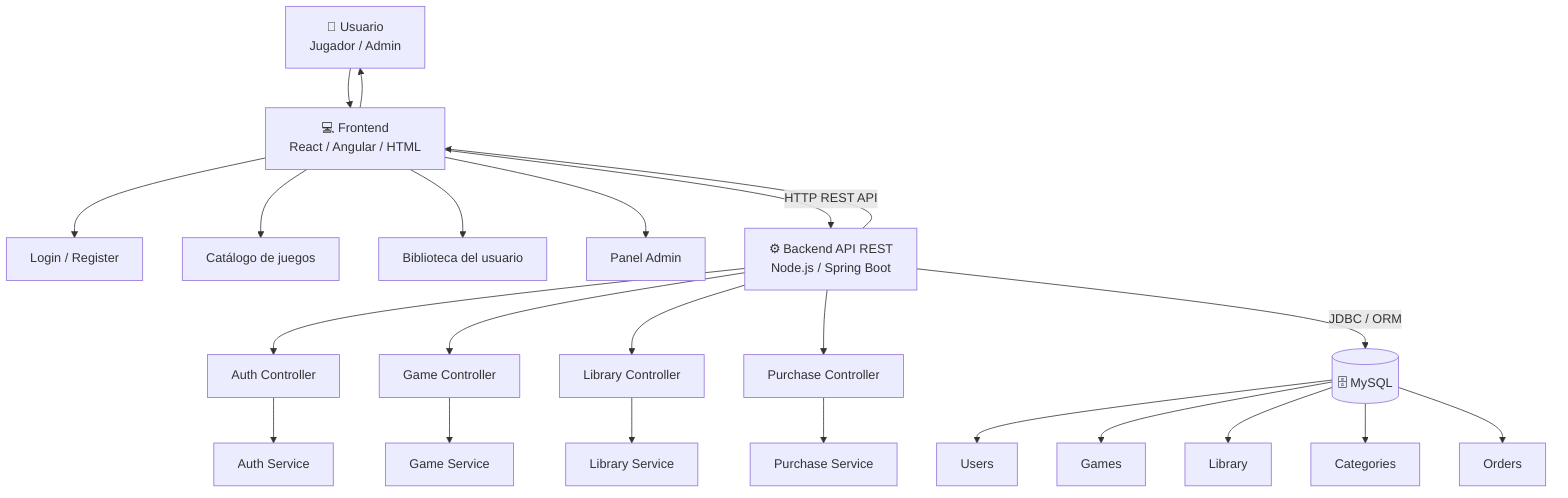
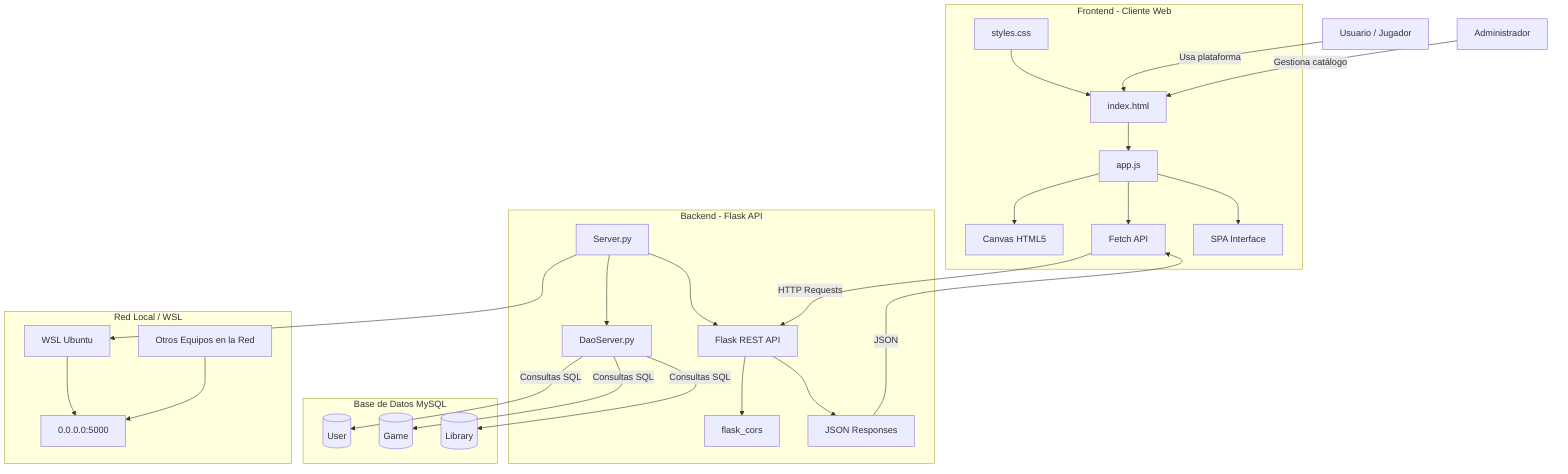
- flowchart TD
+ graph TD

- %% =====================
- %% USUARIO
- %% =====================
- U[👤 Usuario<br>Jugador / Admin]
+ %% =========================
+ %% USUARIOS
+ %% =========================

- %% =====================
+ U[Usuario / Jugador]
+ A[Administrador]
+ 
+ %% =========================
%% FRONTEND
- %% =====================
- FE[💻 Frontend<br>React / Angular / HTML]
+ %% =========================

- FE1[Login / Register]
- FE2[Catálogo de juegos]
- FE3[Biblioteca del usuario]
- FE4[Panel Admin]
+ subgraph FRONTEND [Frontend - Cliente Web]

- FE --> FE1
- FE --> FE2
- FE --> FE3
- FE --> FE4
+ F1[index.html]
+ F2[styles.css]
+ F3[app.js]
+ F4[Canvas HTML5]
+ F5[Fetch API]
+ F6[SPA Interface]

- %% =====================
+ F1 --> F3
+ F2 --> F1
+ F3 --> F4
+ F3 --> F5
+ F3 --> F6
+ 
+ end
+ 
+ %% =========================
%% BACKEND
- %% =====================
- BE[⚙️ Backend API REST<br>Node.js / Spring Boot]
+ %% =========================

- C1[Auth Controller]
- C2[Game Controller]
- C3[Library Controller]
- C4[Purchase Controller]
+ subgraph BACKEND [Backend - Flask API]

- S1[Auth Service]
- S2[Game Service]
- S3[Library Service]
- S4[Purchase Service]
+ B1[Server.py]
+ B2[DaoServer.py]
+ B3[Flask REST API]
+ B4[flask_cors]
+ B5[JSON Responses]

- BE --> C1
- BE --> C2
- BE --> C3
- BE --> C4
+ B1 --> B3
+ B1 --> B2
+ B3 --> B4
+ B3 --> B5

- C1 --> S1
- C2 --> S2
- C3 --> S3
- C4 --> S4
+ end

- %% =====================
- %% DATABASE
- %% =====================
- DB[(🗄️ MySQL)]
+ %% =========================
+ %% BASE DE DATOS
+ %% =========================

- T1[Users]
- T2[Games]
- T3[Library]
- T4[Categories]
- T5[Orders]
+ subgraph DATABASE [Base de Datos MySQL]

- DB --> T1
- DB --> T2
- DB --> T3
- DB --> T4
- DB --> T5
+ DB1[(User)]
+ DB2[(Game)]
+ DB3[(Library)]

- %% =====================
- %% CONEXIONES PRINCIPALES
- %% =====================
- U --> FE
- FE -->|HTTP REST API| BE
- BE -->|JDBC / ORM| DB
- BE --> FE
- FE --> U+ end
+ 
+ %% =========================
+ %% CONEXIONES USUARIO
+ %% =========================
+ 
+ U -->|Usa plataforma| F1
+ A -->|Gestiona catálogo| F1
+ 
+ %% =========================
+ %% COMUNICACIÓN HTTP
+ %% =========================
+ 
+ F5 -->|HTTP Requests| B3
+ B5 -->|JSON| F5
+ 
+ %% =========================
+ %% DAO Y MYSQL
+ %% =========================
+ 
+ B2 -->|Consultas SQL| DB1
+ B2 -->|Consultas SQL| DB2
+ B2 -->|Consultas SQL| DB3
+ 
+ %% =========================
+ %% RED LOCAL
+ %% =========================
+ 
+ subgraph NETWORK [Red Local / WSL]
+ 
+ N1[WSL Ubuntu]
+ N2[0.0.0.0:5000]
+ N3[Otros Equipos en la Red]
+ 
+ N1 --> N2
+ N3 --> N2
+ 
+ end
+ 
+ B1 --> N1